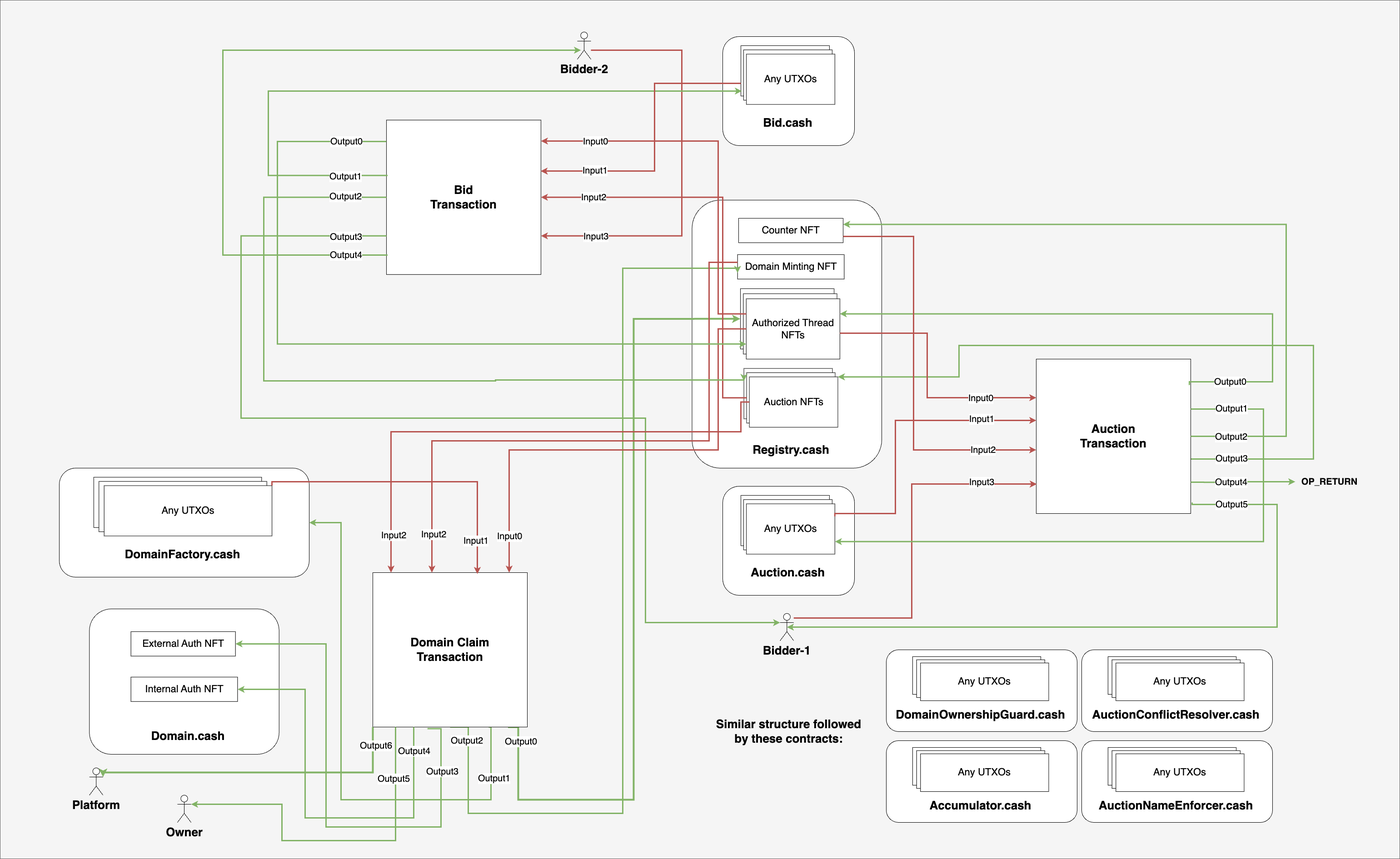
Earlier version of the draw.io export architecture.png (BitCANN/bitcann-contracts). Source tidied: cells renumbered, new cells last; positions are measured from the earlier drawing's top-left corner, leaving out a move shared by most shapes.
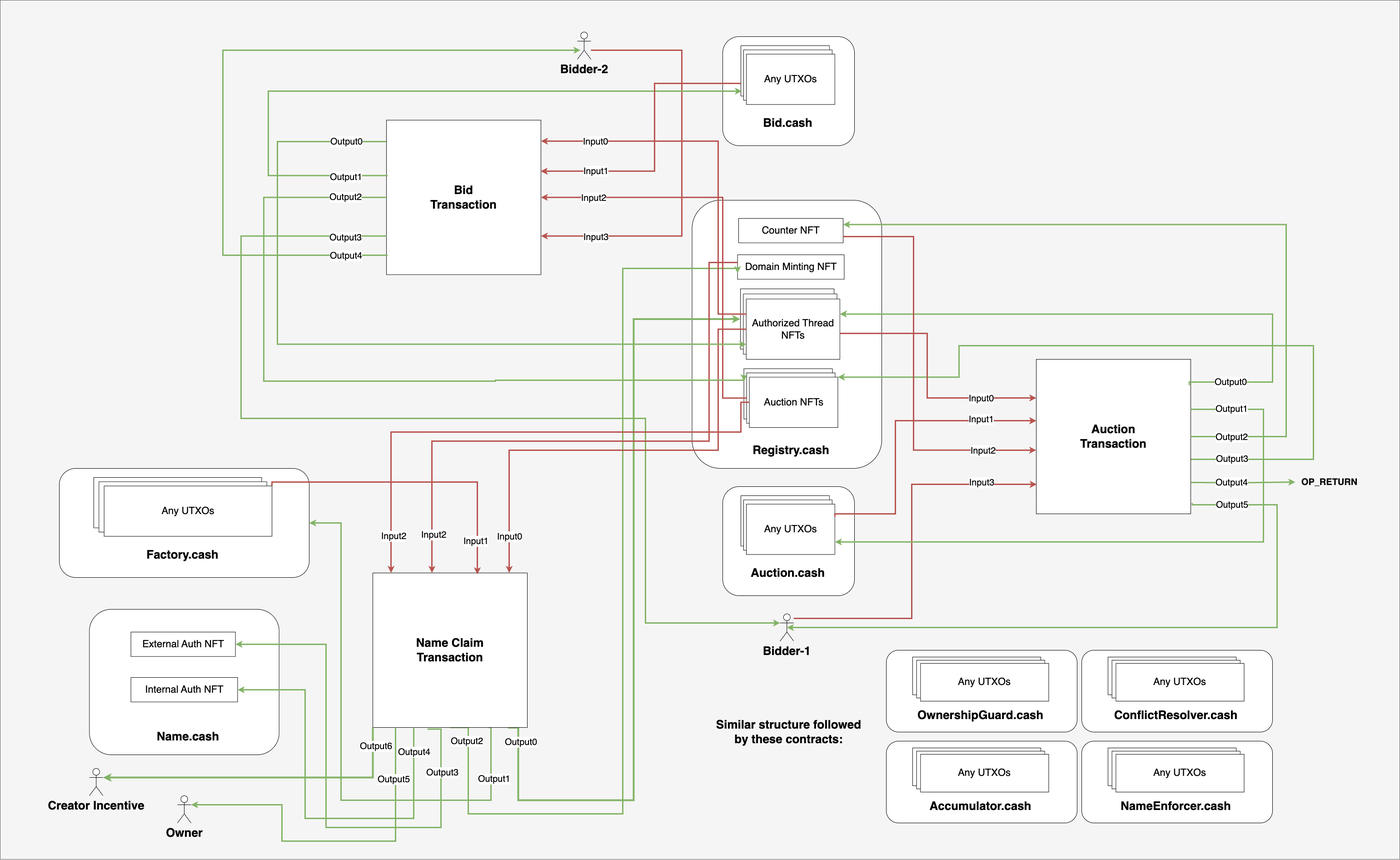
The same diagram one commit later.

Commit message:
Remove OP_RETURN outputs from auction contract, update readme to have the same variable names as the contracts, update documentation in factory contract

What changed in the source:
```diff
@@ -226,7 +226,7 @@
     <mxCell id="53" style="rounded=1;whiteSpace=wrap;html=1;" parent="52" vertex="1">
       <mxGeometry width="550" height="240" as="geometry" />
     </mxCell>
-    <mxCell id="54" value="&lt;font style=&quot;font-size: 26px;&quot;&gt;DomainFactory.cash&lt;/font&gt;" style="text;html=1;align=center;verticalAlign=middle;whiteSpace=wrap;rounded=0;fontStyle=1;fontSize=20;" parent="52" vertex="1">
+    <mxCell id="54" value="&lt;font style=&quot;font-size: 26px;&quot;&gt;Factory.cash&lt;/font&gt;" style="text;html=1;align=center;verticalAlign=middle;whiteSpace=wrap;rounded=0;fontStyle=1;fontSize=20;" parent="52" vertex="1">
       <mxGeometry x="152.7" y="160" width="237.1" height="60" as="geometry" />
     </mxCell>
     <mxCell id="55" style="group;" parent="52" vertex="1">
@@ -284,7 +284,7 @@
     <mxCell id="64" value="&lt;font style=&quot;font-size: 20px;&quot;&gt;Output2&lt;/font&gt;" style="edgeLabel;html=1;align=center;verticalAlign=middle;" parent="63" vertex="1">
       <mxGeometry x="-0.93" y="-4" relative="1" as="geometry" />
     </mxCell>
-    <mxCell id="65" value="&lt;font style=&quot;font-size: 26px;&quot;&gt;&lt;b&gt;Domain Claim&lt;/b&gt;&lt;/font&gt;&lt;div&gt;&lt;font style=&quot;font-size: 26px;&quot;&gt;&lt;b&gt;Transaction&lt;/b&gt;&lt;/font&gt;&lt;/div&gt;" style="whiteSpace=wrap;html=1;" parent="1" vertex="1">
+    <mxCell id="65" value="&lt;font style=&quot;font-size: 26px;&quot;&gt;&lt;b&gt;Name Claim&lt;/b&gt;&lt;/font&gt;&lt;div&gt;&lt;font style=&quot;font-size: 26px;&quot;&gt;&lt;b&gt;Transaction&lt;/b&gt;&lt;/font&gt;&lt;/div&gt;" style="whiteSpace=wrap;html=1;" parent="1" vertex="1">
       <mxGeometry x="820" y="1260" width="340" height="340" as="geometry" />
     </mxCell>
     <mxCell id="66" value="&lt;font style=&quot;font-size: 26px;&quot;&gt;&lt;b style=&quot;&quot;&gt;Owner&lt;/b&gt;&lt;/font&gt;" style="shape=umlActor;verticalLabelPosition=bottom;verticalAlign=top;html=1;outlineConnect=0;" parent="1" vertex="1">
@@ -462,7 +462,7 @@
     <mxCell id="93" style="rounded=1;whiteSpace=wrap;html=1;" parent="92" vertex="1">
       <mxGeometry width="417.5" height="320" as="geometry" />
     </mxCell>
-    <mxCell id="94" value="&lt;font style=&quot;font-size: 26px;&quot;&gt;Domain.cash&lt;/font&gt;" style="text;html=1;align=center;verticalAlign=middle;whiteSpace=wrap;rounded=0;fontStyle=1;fontSize=20;" parent="92" vertex="1">
+    <mxCell id="94" value="&lt;font style=&quot;font-size: 26px;&quot;&gt;Name.cash&lt;/font&gt;" style="text;html=1;align=center;verticalAlign=middle;whiteSpace=wrap;rounded=0;fontStyle=1;fontSize=20;" parent="92" vertex="1">
       <mxGeometry x="155" y="250" width="125" height="60" as="geometry" />
     </mxCell>
     <mxCell id="95" value="&lt;font style=&quot;font-size: 22px;&quot;&gt;External Auth NFT&lt;/font&gt;" style="rounded=0;whiteSpace=wrap;html=1;" parent="92" vertex="1">
@@ -498,14 +498,13 @@
         <mxPoint y="1" as="offset" />
       </mxGeometry>
     </mxCell>
-    <mxCell id="101" value="&lt;font style=&quot;font-size: 26px;&quot;&gt;&lt;b style=&quot;&quot;&gt;Platform&lt;/b&gt;&lt;/font&gt;" style="shape=umlActor;verticalLabelPosition=bottom;verticalAlign=top;html=1;outlineConnect=0;" parent="1" vertex="1">
+    <mxCell id="101" value="&lt;span style=&quot;font-size: 26px;&quot;&gt;&lt;b&gt;Creator Incentive&lt;/b&gt;&lt;/span&gt;" style="shape=umlActor;verticalLabelPosition=bottom;verticalAlign=top;html=1;outlineConnect=0;" parent="1" vertex="1">
       <mxGeometry x="196.2" y="1690" width="30" height="60" as="geometry" />
     </mxCell>
     <mxCell id="102" style="edgeStyle=orthogonalEdgeStyle;rounded=0;jettySize=auto;html=1;entryX=1;entryY=0.3333333333333333;entryDx=0;entryDy=0;entryPerimeter=0;fillColor=#d5e8d4;strokeColor=#82b366;strokeWidth=4;" parent="1" edge="1" source="65" target="101">
       <mxGeometry relative="1" as="geometry">
         <Array as="points">
-          <mxPoint x="820" y="1700" />
-          <mxPoint x="226" y="1700" />
+          <mxPoint x="820" y="1710" />
         </Array>
       </mxGeometry>
     </mxCell>
@@ -521,7 +520,7 @@
     <mxCell id="106" style="rounded=1;whiteSpace=wrap;html=1;" parent="105" vertex="1">
       <mxGeometry width="420" height="180" as="geometry" />
     </mxCell>
-    <mxCell id="107" value="&lt;font style=&quot;font-size: 26px;&quot;&gt;DomainOwnershipGuard.cash&lt;/font&gt;" style="text;html=1;align=center;verticalAlign=middle;whiteSpace=wrap;rounded=0;fontStyle=1;fontSize=20;" parent="105" vertex="1">
+    <mxCell id="107" value="&lt;font style=&quot;font-size: 26px;&quot;&gt;OwnershipGuard.cash&lt;/font&gt;" style="text;html=1;align=center;verticalAlign=middle;whiteSpace=wrap;rounded=0;fontStyle=1;fontSize=20;" parent="105" vertex="1">
       <mxGeometry x="116.6" y="120" width="181" height="45" as="geometry" />
     </mxCell>
     <mxCell id="108" style="group;" parent="105" vertex="1">
@@ -542,7 +541,7 @@
     <mxCell id="113" style="rounded=1;whiteSpace=wrap;html=1;" parent="112" vertex="1">
       <mxGeometry width="420" height="180" as="geometry" />
     </mxCell>
-    <mxCell id="114" value="&lt;font style=&quot;font-size: 26px;&quot;&gt;AuctionConflictResolver.cash&lt;/font&gt;" style="text;html=1;align=center;verticalAlign=middle;whiteSpace=wrap;rounded=0;fontStyle=1;fontSize=20;" parent="112" vertex="1">
+    <mxCell id="114" value="&lt;font style=&quot;font-size: 26px;&quot;&gt;ConflictResolver.cash&lt;/font&gt;" style="text;html=1;align=center;verticalAlign=middle;whiteSpace=wrap;rounded=0;fontStyle=1;fontSize=20;" parent="112" vertex="1">
       <mxGeometry x="116.6" y="120" width="181" height="45" as="geometry" />
     </mxCell>
     <mxCell id="115" style="group;" parent="112" vertex="1">
@@ -563,7 +562,7 @@
     <mxCell id="120" style="rounded=1;whiteSpace=wrap;html=1;" parent="119" vertex="1">
       <mxGeometry width="420" height="180" as="geometry" />
     </mxCell>
-    <mxCell id="121" value="&lt;font style=&quot;font-size: 26px;&quot;&gt;AuctionNameEnforcer.cash&lt;/font&gt;" style="text;html=1;align=center;verticalAlign=middle;whiteSpace=wrap;rounded=0;fontStyle=1;fontSize=20;" parent="119" vertex="1">
+    <mxCell id="121" value="&lt;font style=&quot;font-size: 26px;&quot;&gt;NameEnforcer.cash&lt;/font&gt;" style="text;html=1;align=center;verticalAlign=middle;whiteSpace=wrap;rounded=0;fontStyle=1;fontSize=20;" parent="119" vertex="1">
       <mxGeometry x="116.6" y="120" width="181" height="45" as="geometry" />
     </mxCell>
     <mxCell id="122" style="group;" parent="119" vertex="1">
```
